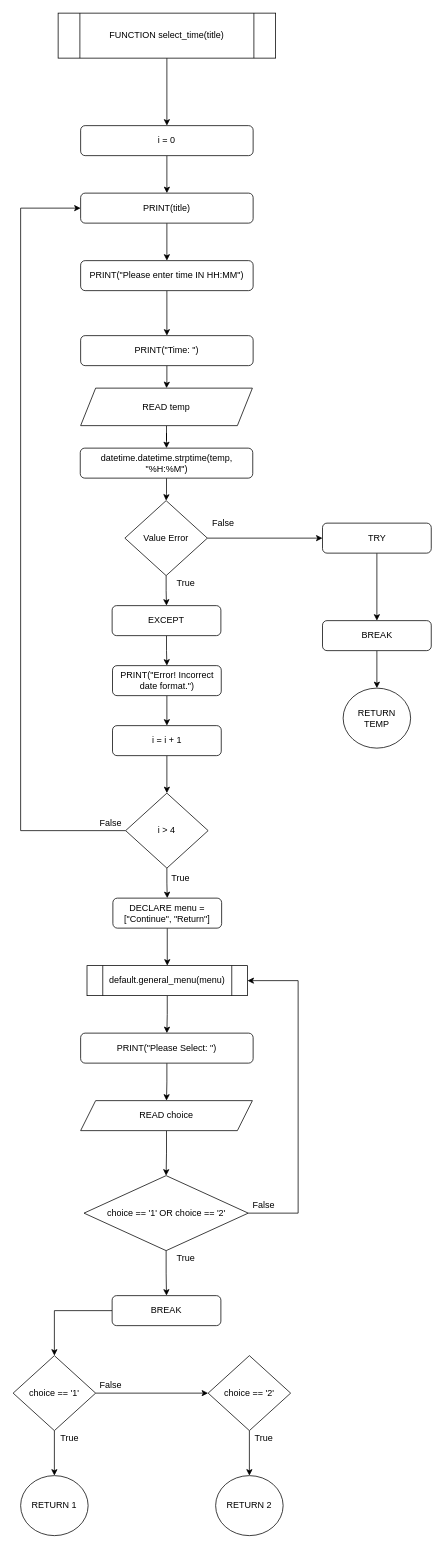
Above: Flowchart/clients/select_time.drawio in RabbitBear00/Car-Rental-System (draw.io), before the change. Source tidied: cells renumbered, new cells numbered last; positions are measured from the earlier drawing's top-left corner, leaving out a move shared by most shapes. Both pictures are drawn from the tidied source at 75%, with x=0, y=0 at pixel (13, 13).
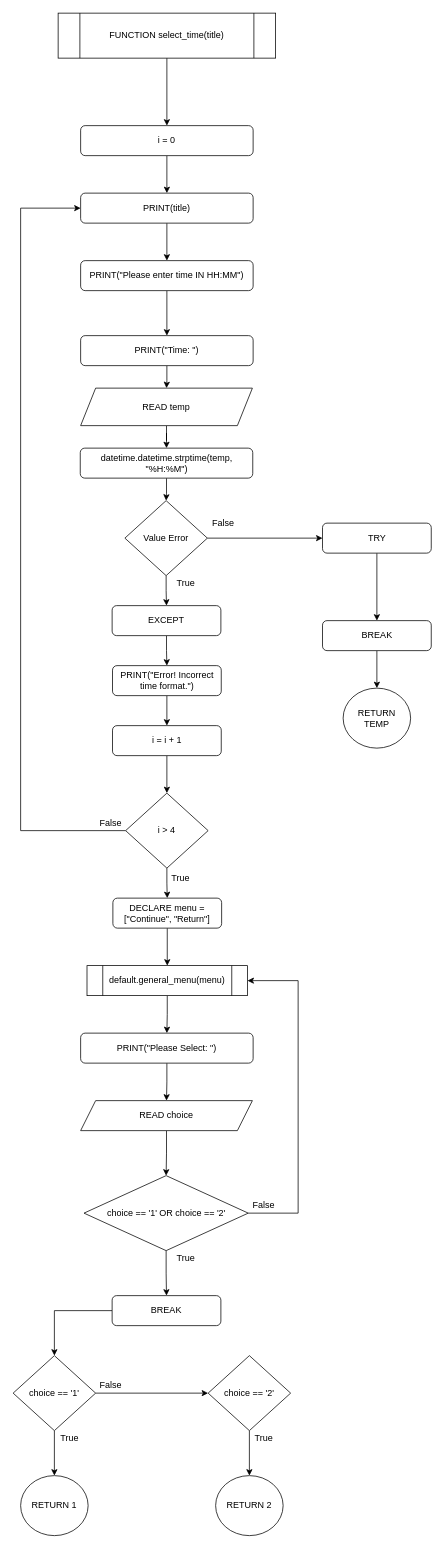
Above is the later version.

What changed in the source:
```diff
@@
-    <mxCell id="18" value="PRINT(&quot;Error! Incorrect date format.&quot;)" style="rounded=1;whiteSpace=wrap;html=1;" parent="1" vertex="1">
+    <mxCell id="18" value="PRINT(&quot;Error! Incorrect time format.&quot;)" style="rounded=1;whiteSpace=wrap;html=1;" parent="1" vertex="1">
       <mxGeometry x="132.5" y="870" width="145" height="40" as="geometry" />
     </mxCell>
```
